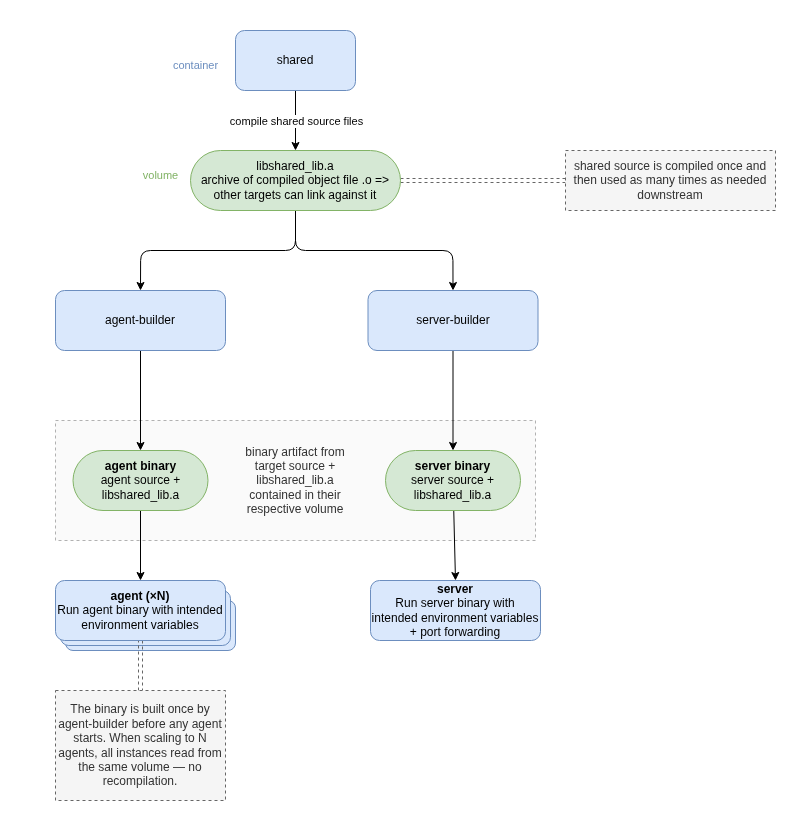
Before: _docs/project/build_pipeline_&_artifact_flow.png, a diagram exported from draw.io (thibault-caron/inferno). Source tidied: cells renumbered, new cells last; positions are measured from the earlier drawing's top-left corner, leaving out a move shared by most shapes. The source it was exported from:
```xml
<mxGraphModel background="#ffffff">
  <root>
    <mxCell id="0" />
    <mxCell id="1" parent="0" />
    <mxCell id="2" style="rounded=1;whiteSpace=wrap;html=1;fillColor=#dae8fc;strokeColor=#6c8ebf;" parent="1" vertex="1">
      <mxGeometry x="65" y="600" width="170" height="50" as="geometry" />
    </mxCell>
    <mxCell id="3" style="rounded=1;whiteSpace=wrap;html=1;fillColor=#dae8fc;strokeColor=#6c8ebf;" parent="1" vertex="1">
      <mxGeometry x="60" y="590" width="170" height="55" as="geometry" />
    </mxCell>
    <mxCell id="4" value="binary artifact from&lt;div&gt;target source +&lt;/div&gt;&lt;div&gt;libshared_lib.a&lt;/div&gt;&lt;div&gt;contained in their&lt;/div&gt;&lt;div&gt;respective volume&lt;/div&gt;" style="rounded=0;whiteSpace=wrap;html=1;fillColor=#f5f5f5;fontColor=#333333;strokeColor=#666666;opacity=50;dashed=1;" parent="1" vertex="1">
      <mxGeometry x="55" y="420" width="480" height="120" as="geometry" />
    </mxCell>
    <mxCell id="5" style="edgeStyle=none;html=1;entryX=0.5;entryY=0;entryDx=0;entryDy=0;" parent="1" edge="1" source="7" target="18">
      <mxGeometry relative="1" as="geometry" />
    </mxCell>
    <mxCell id="6" value="compile shared source files" style="edgeLabel;html=1;align=center;verticalAlign=middle;" parent="5" vertex="1">
      <mxGeometry x="-0.5" y="-2" relative="1" as="geometry">
        <mxPoint x="2" y="15" as="offset" />
      </mxGeometry>
    </mxCell>
    <mxCell id="7" value="shared" style="rounded=1;whiteSpace=wrap;html=1;fillColor=#dae8fc;strokeColor=#6C8EBF;" parent="1" vertex="1">
      <mxGeometry x="235" y="30" width="120" height="60" as="geometry" />
    </mxCell>
    <mxCell id="8" style="edgeStyle=none;html=1;exitX=0.5;exitY=1;exitDx=0;exitDy=0;entryX=0.5;entryY=0;entryDx=0;entryDy=0;" parent="1" edge="1" source="9" target="20">
      <mxGeometry relative="1" as="geometry" />
    </mxCell>
    <mxCell id="9" value="agent-builder" style="rounded=1;whiteSpace=wrap;html=1;fillColor=#dae8fc;strokeColor=#6c8ebf;" parent="1" vertex="1">
      <mxGeometry x="55" y="290" width="170" height="60" as="geometry" />
    </mxCell>
    <mxCell id="10" style="edgeStyle=none;html=1;exitX=0.5;exitY=1;exitDx=0;exitDy=0;entryX=0.5;entryY=0;entryDx=0;entryDy=0;" parent="1" edge="1" source="11" target="22">
      <mxGeometry relative="1" as="geometry" />
    </mxCell>
    <mxCell id="11" value="server-builder" style="rounded=1;whiteSpace=wrap;html=1;fillColor=#dae8fc;strokeColor=#6c8ebf;" parent="1" vertex="1">
      <mxGeometry x="367.5" y="290" width="170" height="60" as="geometry" />
    </mxCell>
    <mxCell id="12" style="edgeStyle=none;html=1;exitX=0.5;exitY=1;exitDx=0;exitDy=0;entryX=0.5;entryY=0;entryDx=0;entryDy=0;shape=link;dashed=1;fillColor=#f5f5f5;strokeColor=#666666;" parent="1" edge="1" source="13" target="26">
      <mxGeometry relative="1" as="geometry" />
    </mxCell>
    <mxCell id="13" value="&lt;b&gt;agent&amp;nbsp;(×N)&lt;/b&gt;&lt;div&gt;Run agent binary with intended environment variables&lt;/div&gt;" style="rounded=1;whiteSpace=wrap;html=1;fillColor=#dae8fc;strokeColor=#6c8ebf;" parent="1" vertex="1">
      <mxGeometry x="55" y="580" width="170" height="60" as="geometry" />
    </mxCell>
    <mxCell id="14" value="&lt;b&gt;server&lt;/b&gt;&lt;div&gt;Run server binary with intended environment variables + port forwarding&lt;/div&gt;" style="rounded=1;whiteSpace=wrap;html=1;fillColor=#dae8fc;strokeColor=#6c8ebf;" parent="1" vertex="1">
      <mxGeometry x="370" y="580" width="170" height="60" as="geometry" />
    </mxCell>
    <mxCell id="15" style="edgeStyle=orthogonalEdgeStyle;html=1;exitX=0.5;exitY=1;exitDx=0;exitDy=0;entryX=0.5;entryY=0;entryDx=0;entryDy=0;" parent="1" edge="1" source="18" target="9">
      <mxGeometry relative="1" as="geometry" />
    </mxCell>
    <mxCell id="16" style="edgeStyle=orthogonalEdgeStyle;html=1;exitX=0.5;exitY=1;exitDx=0;exitDy=0;entryX=0.5;entryY=0;entryDx=0;entryDy=0;" parent="1" edge="1" source="18" target="11">
      <mxGeometry relative="1" as="geometry" />
    </mxCell>
    <mxCell id="17" style="edgeStyle=none;html=1;shape=link;dashed=1;fillColor=#f5f5f5;strokeColor=#666666;" parent="1" edge="1" source="18" target="25">
      <mxGeometry relative="1" as="geometry" />
    </mxCell>
    <mxCell id="18" value="libshared_lib.a&lt;div&gt;archive of compiled object file .o =&amp;gt; other targets can link against it&lt;/div&gt;" style="rounded=1;whiteSpace=wrap;html=1;arcSize=50;fillColor=#d5e8d4;strokeColor=#82B366;" parent="1" vertex="1">
      <mxGeometry x="190" y="150" width="210" height="60" as="geometry" />
    </mxCell>
    <mxCell id="19" style="edgeStyle=none;html=1;exitX=0.5;exitY=1;exitDx=0;exitDy=0;entryX=0.5;entryY=0;entryDx=0;entryDy=0;" parent="1" edge="1" source="20" target="13">
      <mxGeometry relative="1" as="geometry" />
    </mxCell>
    <mxCell id="20" value="&lt;b&gt;agent binary&lt;/b&gt;&lt;div&gt;agent source + libshared_lib.a&lt;/div&gt;" style="rounded=1;whiteSpace=wrap;html=1;arcSize=50;fillColor=#d5e8d4;strokeColor=#82b366;" parent="1" vertex="1">
      <mxGeometry x="72.5" y="450" width="135" height="60" as="geometry" />
    </mxCell>
    <mxCell id="21" style="edgeStyle=none;html=1;entryX=0.5;entryY=0;entryDx=0;entryDy=0;" parent="1" edge="1" source="22" target="14">
      <mxGeometry relative="1" as="geometry" />
    </mxCell>
    <mxCell id="22" value="&lt;b&gt;server binary&lt;/b&gt;&lt;div&gt;server source + libshared_lib.a&lt;/div&gt;" style="rounded=1;whiteSpace=wrap;html=1;arcSize=50;fillColor=#d5e8d4;strokeColor=#82b366;" parent="1" vertex="1">
      <mxGeometry x="385" y="450" width="135" height="60" as="geometry" />
    </mxCell>
    <mxCell id="23" value="container" style="edgeLabel;html=1;align=center;verticalAlign=middle;fontColor=#6C8EBF;" parent="1" vertex="1">
      <mxGeometry x="190" y="70" as="geometry">
        <mxPoint x="4" y="-6" as="offset" />
      </mxGeometry>
    </mxCell>
    <mxCell id="24" value="volume" style="edgeLabel;html=1;align=center;verticalAlign=middle;fontColor=#82B366;" parent="1" vertex="1">
      <mxGeometry x="155" y="180" as="geometry">
        <mxPoint x="4" y="-6" as="offset" />
      </mxGeometry>
    </mxCell>
    <mxCell id="25" value="shared source is compiled once and then used as many times as needed downstream" style="rounded=1;whiteSpace=wrap;html=1;arcSize=0;dashed=1;fillColor=#f5f5f5;fontColor=#333333;strokeColor=#666666;" parent="1" vertex="1">
      <mxGeometry x="565" y="150" width="210" height="60" as="geometry" />
    </mxCell>
    <mxCell id="26" value="The binary is built once by agent-builder before any agent starts. When scaling to N agents, all instances read from the same volume — no recompilation." style="rounded=1;whiteSpace=wrap;html=1;arcSize=0;dashed=1;fillColor=#f5f5f5;fontColor=#333333;strokeColor=#666666;" parent="1" vertex="1">
      <mxGeometry x="55" y="690" width="170" height="110" as="geometry" />
    </mxCell>
    <mxCell id="27" style="rounded=0;whiteSpace=wrap;html=1;strokeColor=#FFFFFF;" parent="1" vertex="1">
      <mxGeometry y="810" width="120" height="20" as="geometry" />
    </mxCell>
    <mxCell id="28" style="rounded=0;whiteSpace=wrap;html=1;strokeColor=#FFFFFF;" parent="1" vertex="1">
      <mxGeometry x="670" width="120" height="20" as="geometry" />
    </mxCell>
  </root>
</mxGraphModel>
```
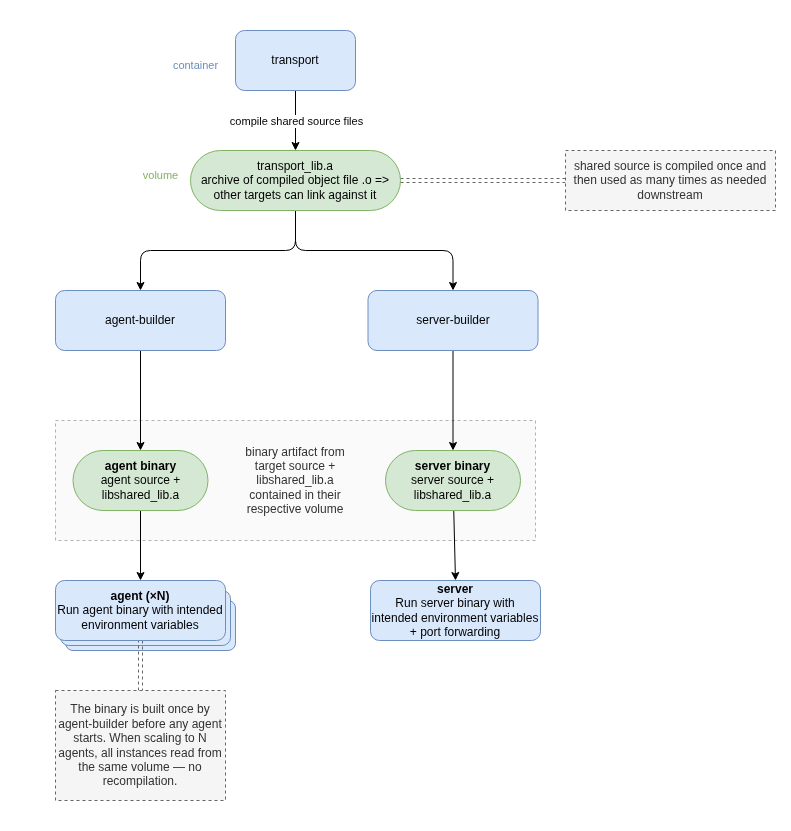
Later version of the same file.

Change to the diagram source:
```diff
@@ -19,7 +19,7 @@
         <mxPoint x="2" y="15" as="offset" />
       </mxGeometry>
     </mxCell>
-    <mxCell id="7" value="shared" style="rounded=1;whiteSpace=wrap;html=1;fillColor=#dae8fc;strokeColor=#6C8EBF;" parent="1" vertex="1">
+    <mxCell id="7" value="transport" style="rounded=1;whiteSpace=wrap;html=1;fillColor=#dae8fc;strokeColor=#6C8EBF;" parent="1" vertex="1">
       <mxGeometry x="235" y="30" width="120" height="60" as="geometry" />
     </mxCell>
     <mxCell id="8" style="edgeStyle=none;html=1;exitX=0.5;exitY=1;exitDx=0;exitDy=0;entryX=0.5;entryY=0;entryDx=0;entryDy=0;" parent="1" edge="1" source="9" target="20">
@@ -52,7 +52,7 @@
     <mxCell id="17" style="edgeStyle=none;html=1;shape=link;dashed=1;fillColor=#f5f5f5;strokeColor=#666666;" parent="1" edge="1" source="18" target="25">
       <mxGeometry relative="1" as="geometry" />
     </mxCell>
-    <mxCell id="18" value="libshared_lib.a&lt;div&gt;archive of compiled object file .o =&amp;gt; other targets can link against it&lt;/div&gt;" style="rounded=1;whiteSpace=wrap;html=1;arcSize=50;fillColor=#d5e8d4;strokeColor=#82B366;" parent="1" vertex="1">
+    <mxCell id="18" value="transport_lib.a&lt;div&gt;archive of compiled object file .o =&amp;gt; other targets can link against it&lt;/div&gt;" style="rounded=1;whiteSpace=wrap;html=1;arcSize=50;fillColor=#d5e8d4;strokeColor=#82B366;" parent="1" vertex="1">
       <mxGeometry x="190" y="150" width="210" height="60" as="geometry" />
     </mxCell>
     <mxCell id="19" style="edgeStyle=none;html=1;exitX=0.5;exitY=1;exitDx=0;exitDy=0;entryX=0.5;entryY=0;entryDx=0;entryDy=0;" parent="1" edge="1" source="20" target="13">
```
